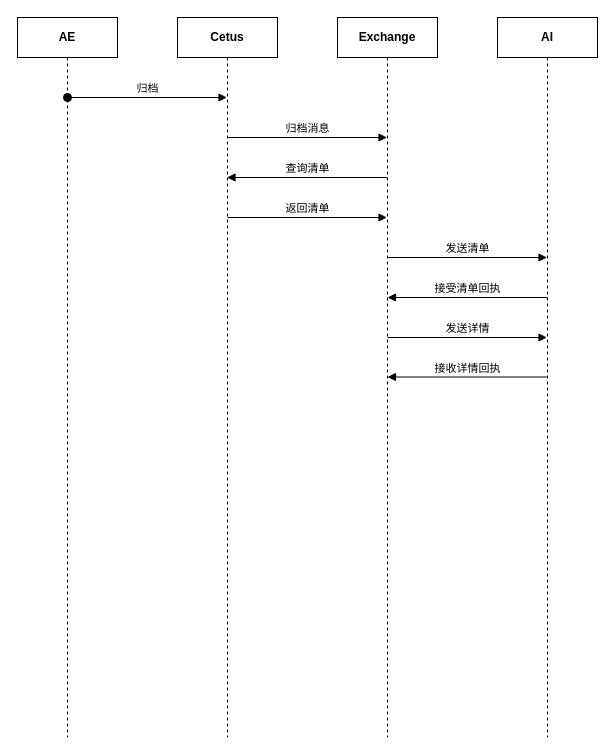
xzs603/draw.io keeps this draw.io diagram as uih/千县/千县-消息发送流程.drawio. Above is the earlier version. Source tidied: cells renumbered, new cells numbered last; positions are measured from the earlier drawing's top-left corner, leaving out a move shared by most shapes. Both pictures are drawn from the tidied source at 100%, with x=0, y=0 at pixel (17, 17).
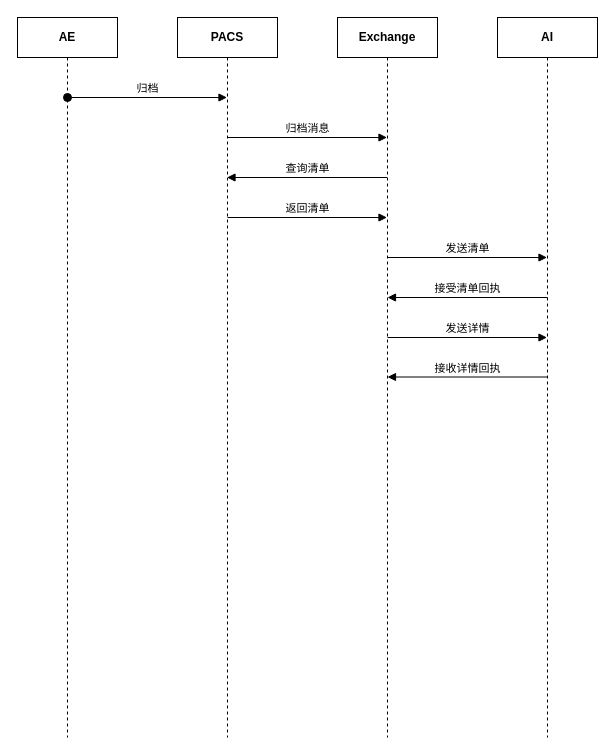
The same diagram, later.

The edit, as a diff of the source:
```diff
@@
-    <mxCell id="4" value="Cetus" style="shape=umlLifeline;perimeter=lifelinePerimeter;whiteSpace=wrap;html=1;outlineConnect=0;fontStyle=1;" parent="1" vertex="1">
+    <mxCell id="4" value="PACS" style="shape=umlLifeline;perimeter=lifelinePerimeter;whiteSpace=wrap;html=1;outlineConnect=0;fontStyle=1;" parent="1" vertex="1">
       <mxGeometry x="160" width="100" height="720" as="geometry" />
     </mxCell>
```
